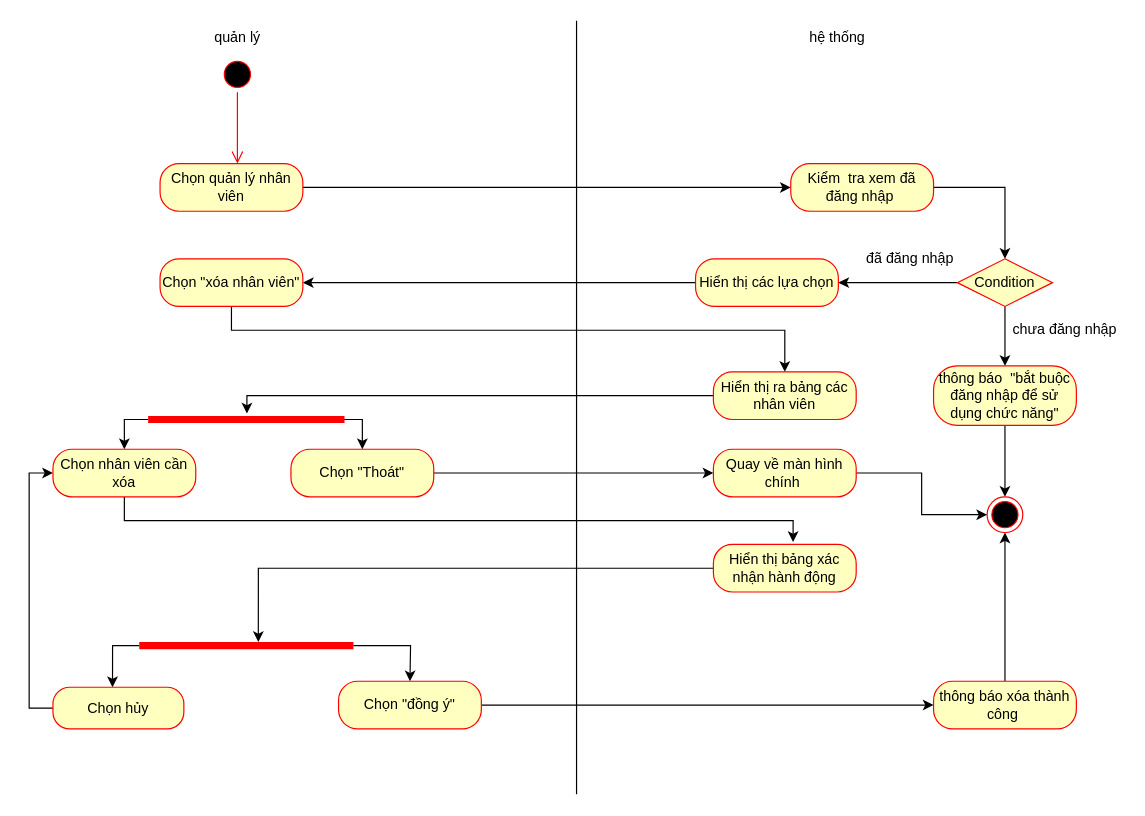
The draw.io diagram page "Xóa nhân viên" (3 of 16) of Untitled Diagram.drawio in sonha1/aaaa, before the edit. Source tidied: cells renumbered, new cells numbered last; positions are measured from the earlier drawing's top-left corner, leaving out a move shared by most shapes. Both pictures are drawn from the tidied source at 119%, with x=0, y=0 at pixel (29, 20).
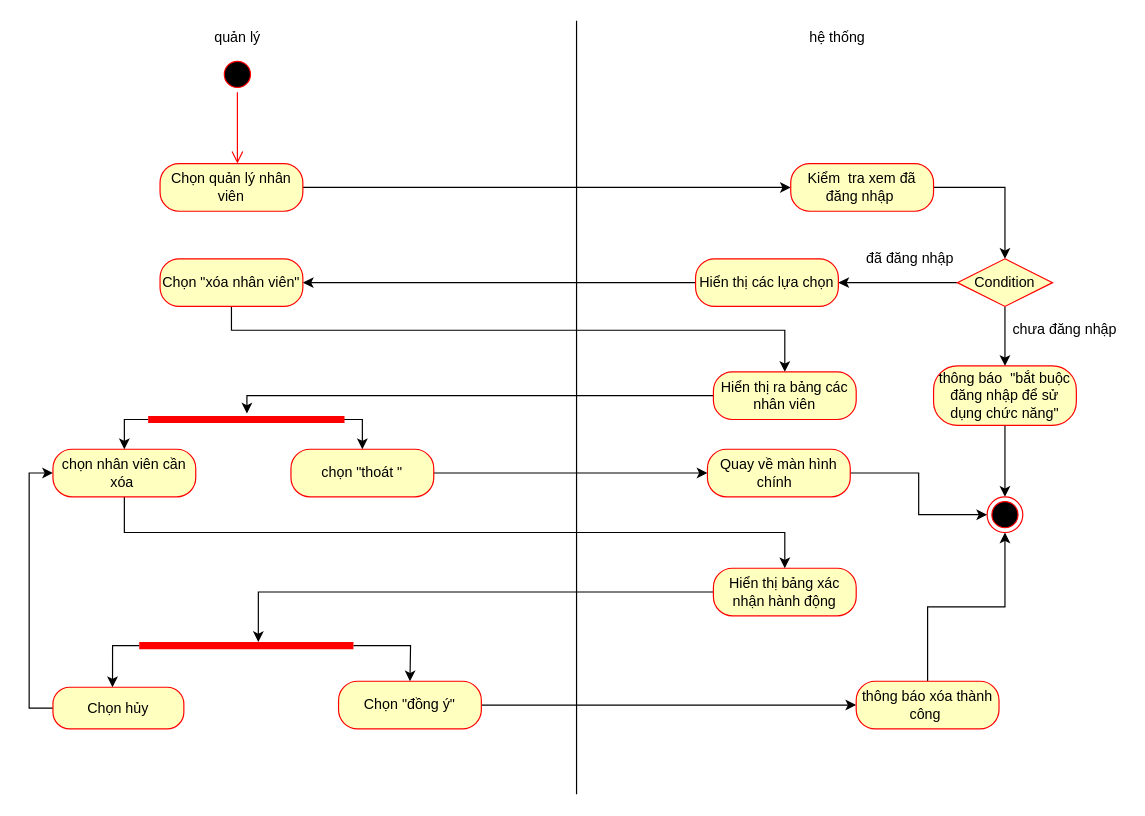
After the change.

Unchanged cells that the change refers to:
```xml
<mxCell id="33" value="Chọn hủy" style="rounded=1;whiteSpace=wrap;html=1;arcSize=40;fontColor=#000000;fillColor=#ffffc0;strokeColor=#ff0000;" parent="1" vertex="1">
  <mxGeometry x="20" y="560" width="110" height="35" as="geometry" />
</mxCell>
<mxCell id="41" style="shape=line;html=1;strokeWidth=6;strokeColor=#ff0000;" parent="1" vertex="1">
  <mxGeometry x="100" y="330" width="165" height="10" as="geometry" />
</mxCell>
```

Change to the diagram source:
```diff
@@
-    <mxCell id="23" style="edgeStyle=orthogonalEdgeStyle;rounded=0;jettySize=auto;html=1;entryX=0;entryY=0.5;entryDx=0;entryDy=0;" parent="1" edge="1" source="24" target="44">
-      <mxGeometry relative="1" as="geometry" />
-    </mxCell>
+    <mxCell id="45" style="edgeStyle=orthogonalEdgeStyle;rounded=0;jettySize=auto;html=1;" parent="1" edge="1" source="24">
+      <mxGeometry relative="1" as="geometry">
+        <mxPoint x="570" y="380" as="targetPoint" />
+      </mxGeometry>
+    </mxCell>
-    <mxCell id="24" value="Chọn &quot;Thoát&quot;" style="rounded=1;whiteSpace=wrap;html=1;arcSize=40;fontColor=#000000;fillColor=#ffffc0;strokeColor=#ff0000;" parent="1" vertex="1">
+    <mxCell id="24" value="chọn &quot;thoát &quot;" style="rounded=1;whiteSpace=wrap;html=1;arcSize=40;fontColor=#000000;fillColor=#ffffc0;strokeColor=#ff0000;" parent="1" vertex="1">
       <mxGeometry x="220" y="360" width="120" height="40" as="geometry" />
     </mxCell>
@@
     <mxCell id="28" value="Hiển thị bảng xác nhận hành động" style="rounded=1;whiteSpace=wrap;html=1;arcSize=40;fontColor=#000000;fillColor=#ffffc0;strokeColor=#ff0000;" parent="1" vertex="1">
-      <mxGeometry x="575" y="440" width="120" height="40" as="geometry" />
+      <mxGeometry x="575" y="460" width="120" height="40" as="geometry" />
     </mxCell>
@@
-    <mxCell id="32" style="edgeStyle=orthogonalEdgeStyle;rounded=0;jettySize=auto;html=1;entryX=0;entryY=0.5;entryDx=0;entryDy=0;" parent="1" edge="1" source="33">
-      <mxGeometry relative="1" as="geometry">
-        <mxPoint x="20" y="380" as="targetPoint" />
-        <Array as="points">
-          <mxPoint y="578" />
-          <mxPoint y="380" />
-        </Array>
-      </mxGeometry>
-    </mxCell>
+    <mxCell id="46" style="edgeStyle=orthogonalEdgeStyle;rounded=0;jettySize=auto;html=1;entryX=0;entryY=0.5;entryDx=0;entryDy=0;" parent="1" edge="1" source="33" target="48">
+      <mxGeometry relative="1" as="geometry">
+        <Array as="points">
+          <mxPoint y="578" />
+          <mxPoint y="380" />
+        </Array>
+      </mxGeometry>
+    </mxCell>
@@
     <mxCell id="37" value="thông báo xóa thành công&amp;nbsp;" style="rounded=1;whiteSpace=wrap;html=1;arcSize=40;fontColor=#000000;fillColor=#ffffc0;strokeColor=#ff0000;" parent="1" vertex="1">
-      <mxGeometry x="760" y="555" width="120" height="40" as="geometry" />
+      <mxGeometry x="695" y="555" width="120" height="40" as="geometry" />
     </mxCell>
-    <mxCell id="38" style="edgeStyle=orthogonalEdgeStyle;rounded=0;jettySize=auto;html=1;entryX=0.558;entryY=-0.05;entryDx=0;entryDy=0;entryPerimeter=0;" parent="1" edge="1" target="28">
-      <mxGeometry relative="1" as="geometry">
-        <mxPoint x="80" y="400" as="sourcePoint" />
-        <Array as="points">
-          <mxPoint x="80" y="420" />
-          <mxPoint x="642" y="420" />
-        </Array>
-      </mxGeometry>
-    </mxCell>
+    <mxCell id="47" style="edgeStyle=orthogonalEdgeStyle;rounded=0;jettySize=auto;html=1;" parent="1" edge="1" source="48" target="28">
+      <mxGeometry relative="1" as="geometry">
+        <Array as="points">
+          <mxPoint x="80" y="430" />
+          <mxPoint x="635" y="430" />
+        </Array>
+      </mxGeometry>
+    </mxCell>
+    <mxCell id="48" value="chọn nhân viên cần xóa&amp;nbsp;" style="rounded=1;whiteSpace=wrap;html=1;arcSize=40;fontColor=#000000;fillColor=#ffffc0;strokeColor=#ff0000;" parent="1" vertex="1">
+      <mxGeometry x="20" y="360" width="120" height="40" as="geometry" />
+    </mxCell>
-    <mxCell id="39" style="edgeStyle=orthogonalEdgeStyle;rounded=0;jettySize=auto;html=1;entryX=0.5;entryY=0;entryDx=0;entryDy=0;" parent="1" edge="1" source="41">
+    <mxCell id="39" style="edgeStyle=orthogonalEdgeStyle;rounded=0;jettySize=auto;html=1;entryX=0.5;entryY=0;entryDx=0;entryDy=0;" parent="1" edge="1" source="41" target="48">
       <mxGeometry relative="1" as="geometry">
-        <mxPoint x="80" y="360" as="targetPoint" />
         <Array as="points">
           <mxPoint x="80" y="335" />
         </Array>
       </mxGeometry>
     </mxCell>
@@
-    <mxCell id="42" value="Chọn nhân viên cần xóa" style="rounded=1;whiteSpace=wrap;html=1;arcSize=40;fontColor=#000000;fillColor=#ffffc0;strokeColor=#ff0000;" parent="1" vertex="1">
-      <mxGeometry x="20" y="360" width="120" height="40" as="geometry" />
-    </mxCell>
@@
-    <mxCell id="44" value="Quay về màn hình chính&amp;nbsp;" style="rounded=1;whiteSpace=wrap;html=1;arcSize=40;fontColor=#000000;fillColor=#ffffc0;strokeColor=#ff0000;" parent="1" vertex="1">
-      <mxGeometry x="575" y="360" width="120" height="40" as="geometry" />
+    <mxCell id="44" value="Quay về màn hình chính&amp;nbsp;&amp;nbsp;" style="rounded=1;whiteSpace=wrap;html=1;arcSize=40;fontColor=#000000;fillColor=#ffffc0;strokeColor=#ff0000;" parent="1" vertex="1">
+      <mxGeometry x="570" y="360" width="120" height="40" as="geometry" />
     </mxCell>
```
